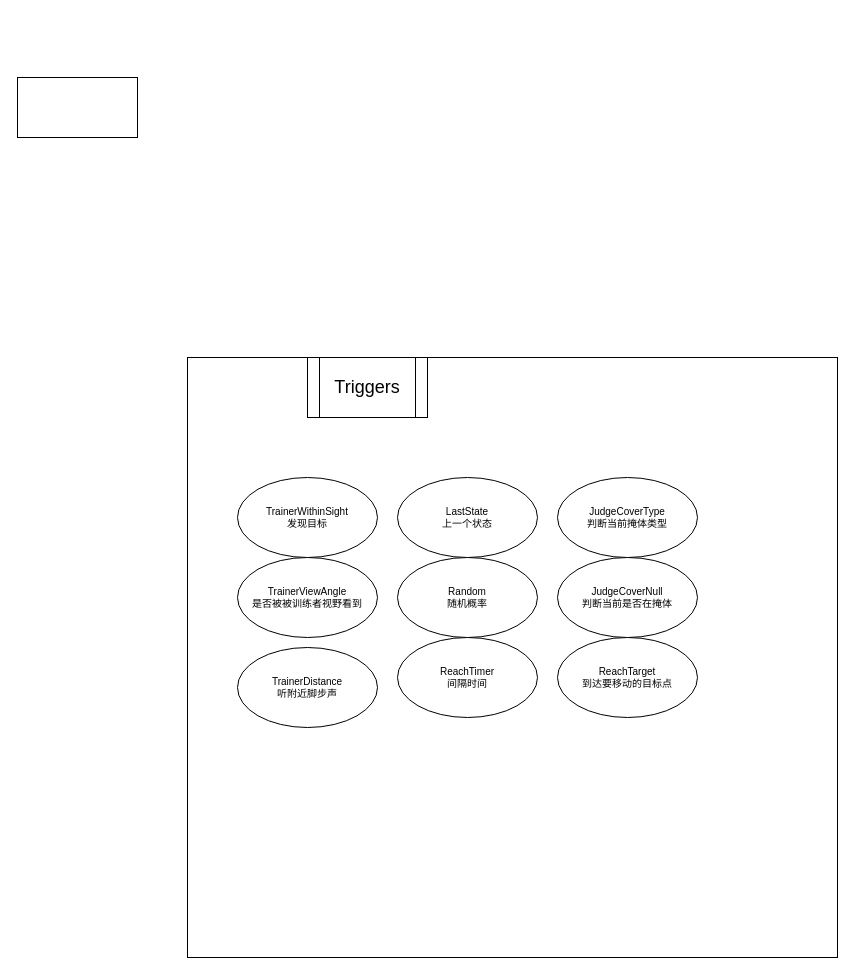
This is Untitled Diagram.drawio from LKaiGuo/CubeXGame, a draw.io file, before an edit. Source tidied: cells renumbered, new cells numbered last; positions are measured from the earlier drawing's top-left corner, leaving out a move shared by most shapes. Both pictures are drawn from the tidied source at 100%, with x=0, y=0 at pixel (17, 77).
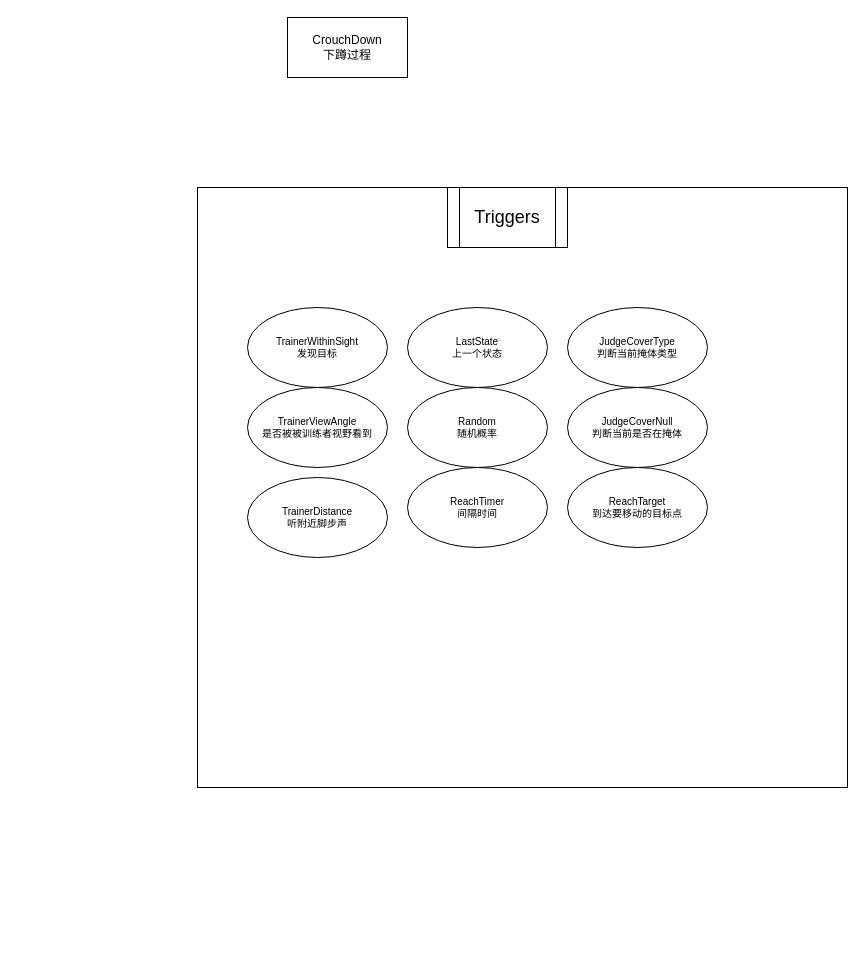
The same diagram, later.

Change to the diagram source:
```diff
@@
 <mxGraphModel>
   <root>
     <mxCell id="0" />
     <mxCell id="1" parent="0" />
-    <mxCell id="2" style="rounded=0;whiteSpace=wrap;html=1;" parent="1" vertex="1">
-      <mxGeometry width="120" height="60" as="geometry" />
+    <mxCell id="2" value="CrouchDown&lt;br&gt;下蹲过程" style="rounded=0;whiteSpace=wrap;html=1;" parent="1" vertex="1">
+      <mxGeometry x="270" y="-60" width="120" height="60" as="geometry" />
     </mxCell>
     <mxCell id="3" style="group;" parent="1" vertex="1">
-      <mxGeometry x="170" y="280" width="650" height="600" as="geometry" />
+      <mxGeometry x="180" y="110" width="650" height="600" as="geometry" />
     </mxCell>
     <mxCell id="4" style="rounded=0;whiteSpace=wrap;html=1;" parent="3" vertex="1">
       <mxGeometry width="650" height="600" as="geometry" />
     </mxCell>
-    <mxCell id="5" value="Triggers" style="shape=process;whiteSpace=wrap;html=1;backgroundOutline=1;fontSize=18;" parent="3" vertex="1">
-      <mxGeometry x="120" width="120" height="60" as="geometry" />
-    </mxCell>
     <mxCell id="6" value="&lt;span style=&quot;font-size: 10px&quot;&gt;TrainerWithinSight&lt;/span&gt;&lt;br&gt;&lt;span style=&quot;font-size: 10px&quot;&gt;发现目标&lt;/span&gt;" style="ellipse;whiteSpace=wrap;html=1;fontSize=10;" parent="3" vertex="1">
       <mxGeometry x="50" y="120" width="140" height="80" as="geometry" />
     </mxCell>
     <mxCell id="7" value="&lt;span style=&quot;font-size: 10px&quot;&gt;TrainerViewAngle&lt;br&gt;是否被被训练者视野看到&lt;br&gt;&lt;/span&gt;" style="ellipse;whiteSpace=wrap;html=1;fontSize=10;" parent="3" vertex="1">
       <mxGeometry x="50" y="200" width="140" height="80" as="geometry" />
     </mxCell>
     <mxCell id="8" value="&lt;span style=&quot;font-size: 10px&quot;&gt;TrainerDistance&lt;/span&gt;&lt;br&gt;听附近脚步声" style="ellipse;whiteSpace=wrap;html=1;fontSize=10;" parent="3" vertex="1">
       <mxGeometry x="50" y="290" width="140" height="80" as="geometry" />
     </mxCell>
     <mxCell id="9" value="&lt;span style=&quot;font-size: 10px&quot;&gt;LastState&lt;br&gt;&lt;/span&gt;上一个状态" style="ellipse;whiteSpace=wrap;html=1;fontSize=10;" parent="3" vertex="1">
       <mxGeometry x="210" y="120" width="140" height="80" as="geometry" />
     </mxCell>
     <mxCell id="10" value="&lt;span style=&quot;font-size: 10px&quot;&gt;JudgeCoverType&lt;br&gt;判断当前掩体类型&lt;br&gt;&lt;/span&gt;" style="ellipse;whiteSpace=wrap;html=1;fontSize=10;" parent="3" vertex="1">
       <mxGeometry x="370" y="120" width="140" height="80" as="geometry" />
     </mxCell>
     <mxCell id="11" value="&lt;span style=&quot;font-size: 10px&quot;&gt;JudgeCoverNull&lt;br&gt;&lt;/span&gt;判断当前是否在掩体" style="ellipse;whiteSpace=wrap;html=1;fontSize=10;" parent="3" vertex="1">
       <mxGeometry x="370" y="200" width="140" height="80" as="geometry" />
     </mxCell>
     <mxCell id="12" value="&lt;span style=&quot;font-size: 10px&quot;&gt;Random&lt;br&gt;随机概率&lt;br&gt;&lt;/span&gt;" style="ellipse;whiteSpace=wrap;html=1;fontSize=10;" parent="3" vertex="1">
       <mxGeometry x="210" y="200" width="140" height="80" as="geometry" />
     </mxCell>
     <mxCell id="13" value="&lt;span style=&quot;font-size: 10px&quot;&gt;ReachTimer&lt;br&gt;&lt;/span&gt;间隔时间" style="ellipse;whiteSpace=wrap;html=1;fontSize=10;" parent="3" vertex="1">
       <mxGeometry x="210" y="280" width="140" height="80" as="geometry" />
     </mxCell>
     <mxCell id="14" value="&lt;span style=&quot;font-size: 10px&quot;&gt;ReachTarget&lt;br&gt;到达要移动的目标点&lt;br&gt;&lt;/span&gt;" style="ellipse;whiteSpace=wrap;html=1;fontSize=10;" parent="3" vertex="1">
       <mxGeometry x="370" y="280" width="140" height="80" as="geometry" />
     </mxCell>
+    <mxCell id="5" value="Triggers" style="shape=process;whiteSpace=wrap;html=1;backgroundOutline=1;fontSize=18;" parent="3" vertex="1">
+      <mxGeometry x="250" width="120" height="60" as="geometry" />
+    </mxCell>
   </root>
 </mxGraphModel>
```
